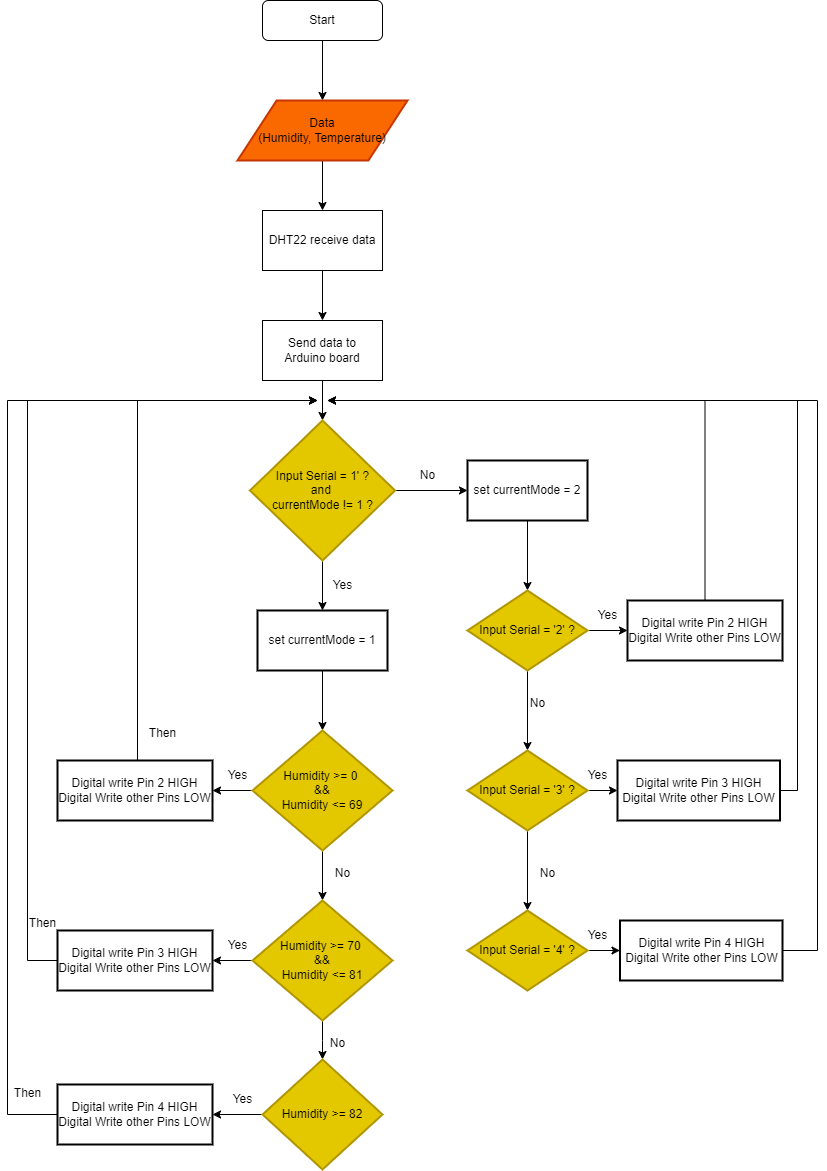
Earlier version of the draw.io export Individual Assignment (Practical)/Diagram/Flow_Chart_1.png (MinMinis/SWE30011---IoT-Programming). Source tidied: cells renumbered, new cells last; positions are measured from the earlier drawing's top-left corner, leaving out a move shared by most shapes. The source it was exported from:
```xml
<mxGraphModel>
  <root>
    <mxCell id="0" />
    <mxCell id="1" parent="0" />
    <mxCell id="2" style="edgeStyle=orthogonalEdgeStyle;rounded=0;jettySize=auto;html=1;entryX=0.5;entryY=0;entryDx=0;entryDy=0;" parent="1" edge="1" source="3" target="5">
      <mxGeometry relative="1" as="geometry" />
    </mxCell>
    <mxCell id="3" value="Start" style="rounded=1;whiteSpace=wrap;html=1;fontSize=12;glass=0;strokeWidth=1;shadow=0;" parent="1" vertex="1">
      <mxGeometry x="260" width="120" height="40" as="geometry" />
    </mxCell>
    <mxCell id="4" style="edgeStyle=orthogonalEdgeStyle;rounded=0;jettySize=auto;html=1;entryX=0.5;entryY=0;entryDx=0;entryDy=0;" parent="1" edge="1" source="5" target="7">
      <mxGeometry relative="1" as="geometry" />
    </mxCell>
    <mxCell id="5" value="Data &lt;br&gt;(Humidity, Temperature)" style="shape=parallelogram;html=1;strokeWidth=2;perimeter=parallelogramPerimeter;whiteSpace=wrap;rounded=1;arcSize=0;size=0.23;fillColor=#fa6800;fontColor=#000000;strokeColor=#C73500;" parent="1" vertex="1">
      <mxGeometry x="235" y="100" width="170" height="60" as="geometry" />
    </mxCell>
    <mxCell id="6" style="edgeStyle=orthogonalEdgeStyle;rounded=0;jettySize=auto;html=1;" parent="1" edge="1" source="7" target="9">
      <mxGeometry relative="1" as="geometry" />
    </mxCell>
    <mxCell id="7" value="DHT22 receive data" style="rounded=0;whiteSpace=wrap;html=1;" parent="1" vertex="1">
      <mxGeometry x="260" y="210" width="120" height="60" as="geometry" />
    </mxCell>
    <mxCell id="8" style="edgeStyle=orthogonalEdgeStyle;rounded=0;jettySize=auto;html=1;" parent="1" edge="1" source="9" target="12">
      <mxGeometry relative="1" as="geometry" />
    </mxCell>
    <mxCell id="9" value="Send data to &lt;br&gt;Arduino board" style="rounded=0;whiteSpace=wrap;html=1;" parent="1" vertex="1">
      <mxGeometry x="260" y="320" width="120" height="60" as="geometry" />
    </mxCell>
    <mxCell id="10" style="edgeStyle=orthogonalEdgeStyle;rounded=0;jettySize=auto;html=1;" parent="1" edge="1" source="12" target="14">
      <mxGeometry relative="1" as="geometry" />
    </mxCell>
    <mxCell id="11" style="edgeStyle=orthogonalEdgeStyle;rounded=0;jettySize=auto;html=1;" parent="1" edge="1" source="12" target="17">
      <mxGeometry relative="1" as="geometry" />
    </mxCell>
    <mxCell id="12" value="Input Serial = 1' ?&lt;br&gt;and&amp;nbsp;&lt;br&gt;currentMode != 1 ?" style="strokeWidth=2;html=1;shape=mxgraph.flowchart.decision;whiteSpace=wrap;fillColor=#e3c800;fontColor=#000000;strokeColor=#B09500;" parent="1" vertex="1">
      <mxGeometry x="247.5" y="420" width="145" height="140" as="geometry" />
    </mxCell>
    <mxCell id="13" style="edgeStyle=orthogonalEdgeStyle;rounded=0;jettySize=auto;html=1;" parent="1" edge="1" source="14" target="21">
      <mxGeometry relative="1" as="geometry" />
    </mxCell>
    <mxCell id="14" value="set currentMode = 1" style="whiteSpace=wrap;html=1;strokeWidth=2;" parent="1" vertex="1">
      <mxGeometry x="255" y="610" width="130" height="60" as="geometry" />
    </mxCell>
    <mxCell id="15" value="Yes" style="text;html=1;align=center;verticalAlign=middle;strokeColor=none;fillColor=none;" parent="1" vertex="1">
      <mxGeometry x="320" y="570" width="40" height="30" as="geometry" />
    </mxCell>
    <mxCell id="16" style="edgeStyle=orthogonalEdgeStyle;rounded=0;jettySize=auto;html=1;" parent="1" edge="1" source="17" target="42">
      <mxGeometry relative="1" as="geometry" />
    </mxCell>
    <mxCell id="17" value="set currentMode = 2" style="whiteSpace=wrap;html=1;strokeWidth=2;" parent="1" vertex="1">
      <mxGeometry x="465" y="460" width="120" height="60" as="geometry" />
    </mxCell>
    <mxCell id="18" value="No" style="text;html=1;align=center;verticalAlign=middle;strokeColor=none;fillColor=none;" parent="1" vertex="1">
      <mxGeometry x="405" y="460" width="40" height="30" as="geometry" />
    </mxCell>
    <mxCell id="19" style="edgeStyle=orthogonalEdgeStyle;rounded=0;jettySize=auto;html=1;" parent="1" edge="1" source="21" target="23">
      <mxGeometry relative="1" as="geometry" />
    </mxCell>
    <mxCell id="20" style="edgeStyle=orthogonalEdgeStyle;rounded=0;jettySize=auto;html=1;" parent="1" edge="1" source="21" target="27">
      <mxGeometry relative="1" as="geometry" />
    </mxCell>
    <mxCell id="21" value="Humidity &amp;gt;= 0&amp;nbsp;&lt;br&gt;&amp;amp;&amp;amp;&lt;br&gt;Humidity &amp;lt;= 69" style="strokeWidth=2;html=1;shape=mxgraph.flowchart.decision;whiteSpace=wrap;fillColor=#e3c800;fontColor=#000000;strokeColor=#B09500;" parent="1" vertex="1">
      <mxGeometry x="250" y="730" width="140" height="120" as="geometry" />
    </mxCell>
    <mxCell id="22" style="edgeStyle=orthogonalEdgeStyle;rounded=0;jettySize=auto;html=1;" parent="1" edge="1" source="23">
      <mxGeometry relative="1" as="geometry">
        <mxPoint x="315" y="400" as="targetPoint" />
        <Array as="points">
          <mxPoint x="135" y="400" />
        </Array>
      </mxGeometry>
    </mxCell>
    <mxCell id="23" value="Digital write Pin 2 HIGH&lt;br&gt;Digital Write other Pins LOW" style="whiteSpace=wrap;html=1;strokeWidth=2;" parent="1" vertex="1">
      <mxGeometry x="55" y="760" width="155" height="60" as="geometry" />
    </mxCell>
    <mxCell id="24" value="Yes" style="text;html=1;align=center;verticalAlign=middle;strokeColor=none;fillColor=none;" parent="1" vertex="1">
      <mxGeometry x="215" y="760" width="40" height="30" as="geometry" />
    </mxCell>
    <mxCell id="25" style="edgeStyle=orthogonalEdgeStyle;rounded=0;jettySize=auto;html=1;" parent="1" edge="1" source="27" target="30">
      <mxGeometry relative="1" as="geometry" />
    </mxCell>
    <mxCell id="26" style="edgeStyle=orthogonalEdgeStyle;rounded=0;jettySize=auto;html=1;" parent="1" edge="1" source="27" target="33">
      <mxGeometry relative="1" as="geometry" />
    </mxCell>
    <mxCell id="27" value="Humidity &amp;gt;= 70&amp;nbsp;&lt;br&gt;&amp;amp;&amp;amp;&lt;br&gt;Humidity &amp;lt;= 81" style="strokeWidth=2;html=1;shape=mxgraph.flowchart.decision;whiteSpace=wrap;fillColor=#e3c800;fontColor=#000000;strokeColor=#B09500;" parent="1" vertex="1">
      <mxGeometry x="250" y="900" width="140" height="120" as="geometry" />
    </mxCell>
    <mxCell id="28" value="No" style="text;html=1;align=center;verticalAlign=middle;strokeColor=none;fillColor=none;" parent="1" vertex="1">
      <mxGeometry x="320" y="858" width="40" height="30" as="geometry" />
    </mxCell>
    <mxCell id="29" style="edgeStyle=orthogonalEdgeStyle;rounded=0;jettySize=auto;html=1;" parent="1" edge="1" source="30">
      <mxGeometry relative="1" as="geometry">
        <mxPoint x="315" y="400" as="targetPoint" />
        <Array as="points">
          <mxPoint x="25" y="960" />
          <mxPoint x="25" y="400" />
        </Array>
      </mxGeometry>
    </mxCell>
    <mxCell id="30" value="Digital write Pin 3 HIGH&lt;br&gt;Digital Write other Pins LOW" style="whiteSpace=wrap;html=1;strokeWidth=2;" parent="1" vertex="1">
      <mxGeometry x="55" y="930" width="155" height="60" as="geometry" />
    </mxCell>
    <mxCell id="31" value="Yes" style="text;html=1;align=center;verticalAlign=middle;strokeColor=none;fillColor=none;" parent="1" vertex="1">
      <mxGeometry x="215" y="930" width="40" height="30" as="geometry" />
    </mxCell>
    <mxCell id="32" style="edgeStyle=orthogonalEdgeStyle;rounded=0;jettySize=auto;html=1;" parent="1" edge="1" source="33">
      <mxGeometry relative="1" as="geometry">
        <mxPoint x="210" y="1114" as="targetPoint" />
      </mxGeometry>
    </mxCell>
    <mxCell id="33" value="Humidity &amp;gt;= 82" style="strokeWidth=2;html=1;shape=mxgraph.flowchart.decision;whiteSpace=wrap;fillColor=#e3c800;fontColor=#000000;strokeColor=#B09500;" parent="1" vertex="1">
      <mxGeometry x="260" y="1059" width="120" height="110" as="geometry" />
    </mxCell>
    <mxCell id="34" value="No" style="text;html=1;align=center;verticalAlign=middle;strokeColor=none;fillColor=none;" parent="1" vertex="1">
      <mxGeometry x="315" y="1028" width="40" height="30" as="geometry" />
    </mxCell>
    <mxCell id="35" style="edgeStyle=orthogonalEdgeStyle;rounded=0;orthogonalLoop=1;jettySize=auto;html=1;" parent="1" edge="1">
      <mxGeometry relative="1" as="geometry">
        <mxPoint x="55" y="1114" as="sourcePoint" />
        <mxPoint x="315" y="400" as="targetPoint" />
        <Array as="points">
          <mxPoint x="5" y="1114" />
          <mxPoint x="5" y="400" />
        </Array>
      </mxGeometry>
    </mxCell>
    <mxCell id="36" value="Yes" style="text;html=1;align=center;verticalAlign=middle;strokeColor=none;fillColor=none;" parent="1" vertex="1">
      <mxGeometry x="220" y="1084" width="40" height="30" as="geometry" />
    </mxCell>
    <mxCell id="37" value="Then" style="text;html=1;align=center;verticalAlign=middle;strokeColor=none;fillColor=none;" parent="1" vertex="1">
      <mxGeometry y="1078" width="50" height="30" as="geometry" />
    </mxCell>
    <mxCell id="38" value="Then" style="text;html=1;align=center;verticalAlign=middle;strokeColor=none;fillColor=none;" parent="1" vertex="1">
      <mxGeometry x="15" y="908" width="50" height="30" as="geometry" />
    </mxCell>
    <mxCell id="39" value="Then" style="text;html=1;align=center;verticalAlign=middle;strokeColor=none;fillColor=none;" parent="1" vertex="1">
      <mxGeometry x="135" y="718" width="50" height="30" as="geometry" />
    </mxCell>
    <mxCell id="40" style="edgeStyle=orthogonalEdgeStyle;rounded=0;jettySize=auto;html=1;" parent="1" edge="1" source="42" target="45">
      <mxGeometry relative="1" as="geometry" />
    </mxCell>
    <mxCell id="41" style="edgeStyle=orthogonalEdgeStyle;rounded=0;jettySize=auto;html=1;" parent="1" edge="1" source="42" target="51">
      <mxGeometry relative="1" as="geometry" />
    </mxCell>
    <mxCell id="42" value="Input Serial = '2' ?" style="rhombus;whiteSpace=wrap;html=1;strokeWidth=2;fillColor=#e3c800;fontColor=#000000;strokeColor=#B09500;" parent="1" vertex="1">
      <mxGeometry x="465" y="590" width="120" height="80" as="geometry" />
    </mxCell>
    <mxCell id="43" style="edgeStyle=orthogonalEdgeStyle;rounded=0;jettySize=auto;html=1;" parent="1" edge="1" source="45" target="47">
      <mxGeometry relative="1" as="geometry" />
    </mxCell>
    <mxCell id="44" style="edgeStyle=orthogonalEdgeStyle;rounded=0;jettySize=auto;html=1;" parent="1" edge="1" source="45" target="54">
      <mxGeometry relative="1" as="geometry" />
    </mxCell>
    <mxCell id="45" value="Input Serial = '3' ?" style="rhombus;whiteSpace=wrap;html=1;strokeWidth=2;fillColor=#e3c800;fontColor=#000000;strokeColor=#B09500;" parent="1" vertex="1">
      <mxGeometry x="465" y="750" width="120" height="80" as="geometry" />
    </mxCell>
    <mxCell id="46" style="edgeStyle=orthogonalEdgeStyle;rounded=0;jettySize=auto;html=1;" parent="1" edge="1" source="47" target="57">
      <mxGeometry relative="1" as="geometry" />
    </mxCell>
    <mxCell id="47" value="Input Serial = '4' ?" style="rhombus;whiteSpace=wrap;html=1;strokeWidth=2;fillColor=#e3c800;fontColor=#000000;strokeColor=#B09500;" parent="1" vertex="1">
      <mxGeometry x="465" y="910" width="120" height="80" as="geometry" />
    </mxCell>
    <mxCell id="48" value="No" style="text;html=1;align=center;verticalAlign=middle;strokeColor=none;fillColor=none;" parent="1" vertex="1">
      <mxGeometry x="515" y="688" width="40" height="30" as="geometry" />
    </mxCell>
    <mxCell id="49" value="No" style="text;html=1;align=center;verticalAlign=middle;strokeColor=none;fillColor=none;" parent="1" vertex="1">
      <mxGeometry x="525" y="858" width="40" height="30" as="geometry" />
    </mxCell>
    <mxCell id="50" style="edgeStyle=orthogonalEdgeStyle;rounded=0;jettySize=auto;html=1;" parent="1" edge="1" source="51">
      <mxGeometry relative="1" as="geometry">
        <mxPoint x="325" y="400" as="targetPoint" />
        <Array as="points">
          <mxPoint x="703" y="400" />
        </Array>
      </mxGeometry>
    </mxCell>
    <mxCell id="51" value="Digital write Pin 2 HIGH&lt;br&gt;Digital Write other Pins LOW" style="whiteSpace=wrap;html=1;strokeWidth=2;" parent="1" vertex="1">
      <mxGeometry x="625" y="600" width="155" height="60" as="geometry" />
    </mxCell>
    <mxCell id="52" value="Yes" style="text;html=1;align=center;verticalAlign=middle;strokeColor=none;fillColor=none;" parent="1" vertex="1">
      <mxGeometry x="585" y="600" width="40" height="30" as="geometry" />
    </mxCell>
    <mxCell id="53" style="edgeStyle=orthogonalEdgeStyle;rounded=0;jettySize=auto;html=1;" parent="1" edge="1" source="54">
      <mxGeometry relative="1" as="geometry">
        <mxPoint x="325" y="400" as="targetPoint" />
        <Array as="points">
          <mxPoint x="795" y="790" />
          <mxPoint x="795" y="400" />
        </Array>
      </mxGeometry>
    </mxCell>
    <mxCell id="54" value="Digital write Pin 3 HIGH&lt;br&gt;Digital Write other Pins LOW" style="whiteSpace=wrap;html=1;strokeWidth=2;" parent="1" vertex="1">
      <mxGeometry x="615" y="760" width="162.5" height="60" as="geometry" />
    </mxCell>
    <mxCell id="55" value="Yes" style="text;html=1;align=center;verticalAlign=middle;strokeColor=none;fillColor=none;" parent="1" vertex="1">
      <mxGeometry x="575" y="760" width="40" height="30" as="geometry" />
    </mxCell>
    <mxCell id="56" style="edgeStyle=orthogonalEdgeStyle;rounded=0;jettySize=auto;html=1;" parent="1" edge="1" source="57">
      <mxGeometry relative="1" as="geometry">
        <mxPoint x="325" y="400" as="targetPoint" />
        <Array as="points">
          <mxPoint x="815" y="950" />
          <mxPoint x="815" y="400" />
        </Array>
      </mxGeometry>
    </mxCell>
    <mxCell id="57" value="Digital write Pin 4 HIGH&lt;br&gt;Digital Write other Pins LOW" style="whiteSpace=wrap;html=1;strokeWidth=2;" parent="1" vertex="1">
      <mxGeometry x="617.5" y="920" width="162.5" height="60" as="geometry" />
    </mxCell>
    <mxCell id="58" value="Yes" style="text;html=1;align=center;verticalAlign=middle;strokeColor=none;fillColor=none;" parent="1" vertex="1">
      <mxGeometry x="575" y="920" width="40" height="30" as="geometry" />
    </mxCell>
    <mxCell id="59" value="Digital write Pin 4 HIGH&lt;br&gt;Digital Write other Pins LOW" style="whiteSpace=wrap;html=1;strokeWidth=2;" parent="1" vertex="1">
      <mxGeometry x="55" y="1084" width="155" height="60" as="geometry" />
    </mxCell>
  </root>
</mxGraphModel>
```
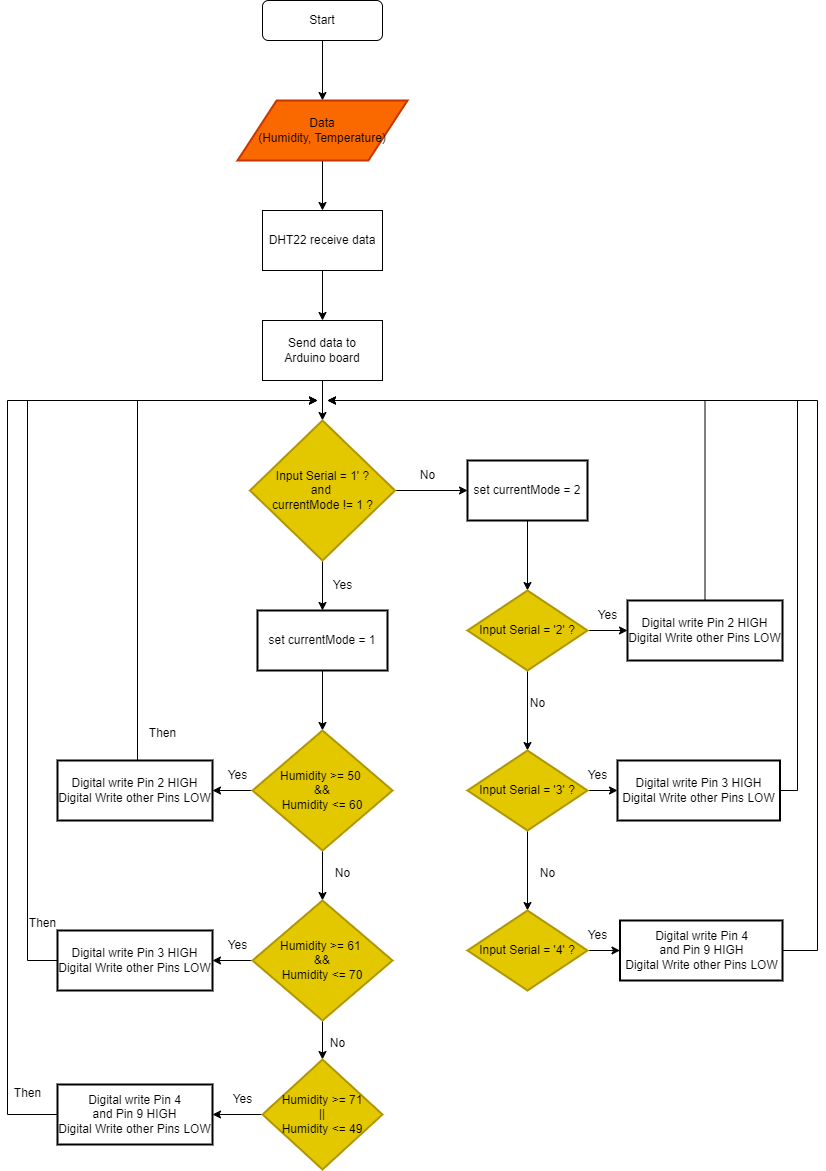
The same diagram one commit later.

Diff of the diagram source:
```diff
@@ -59,7 +59,7 @@
     <mxCell id="20" style="edgeStyle=orthogonalEdgeStyle;rounded=0;jettySize=auto;html=1;" parent="1" edge="1" source="21" target="27">
       <mxGeometry relative="1" as="geometry" />
     </mxCell>
-    <mxCell id="21" value="Humidity &amp;gt;= 0&amp;nbsp;&lt;br&gt;&amp;amp;&amp;amp;&lt;br&gt;Humidity &amp;lt;= 69" style="strokeWidth=2;html=1;shape=mxgraph.flowchart.decision;whiteSpace=wrap;fillColor=#e3c800;fontColor=#000000;strokeColor=#B09500;" parent="1" vertex="1">
+    <mxCell id="21" value="Humidity &amp;gt;= 50&amp;nbsp;&lt;br&gt;&amp;amp;&amp;amp;&lt;br&gt;Humidity &amp;lt;= 60" style="strokeWidth=2;html=1;shape=mxgraph.flowchart.decision;whiteSpace=wrap;fillColor=#e3c800;fontColor=#000000;strokeColor=#B09500;" parent="1" vertex="1">
       <mxGeometry x="250" y="730" width="140" height="120" as="geometry" />
     </mxCell>
     <mxCell id="22" style="edgeStyle=orthogonalEdgeStyle;rounded=0;jettySize=auto;html=1;" parent="1" edge="1" source="23">
@@ -82,7 +82,7 @@
     <mxCell id="26" style="edgeStyle=orthogonalEdgeStyle;rounded=0;jettySize=auto;html=1;" parent="1" edge="1" source="27" target="33">
       <mxGeometry relative="1" as="geometry" />
     </mxCell>
-    <mxCell id="27" value="Humidity &amp;gt;= 70&amp;nbsp;&lt;br&gt;&amp;amp;&amp;amp;&lt;br&gt;Humidity &amp;lt;= 81" style="strokeWidth=2;html=1;shape=mxgraph.flowchart.decision;whiteSpace=wrap;fillColor=#e3c800;fontColor=#000000;strokeColor=#B09500;" parent="1" vertex="1">
+    <mxCell id="27" value="Humidity &amp;gt;= 61&amp;nbsp;&lt;br&gt;&amp;amp;&amp;amp;&lt;br&gt;Humidity &amp;lt;= 70" style="strokeWidth=2;html=1;shape=mxgraph.flowchart.decision;whiteSpace=wrap;fillColor=#e3c800;fontColor=#000000;strokeColor=#B09500;" parent="1" vertex="1">
       <mxGeometry x="250" y="900" width="140" height="120" as="geometry" />
     </mxCell>
     <mxCell id="28" value="No" style="text;html=1;align=center;verticalAlign=middle;strokeColor=none;fillColor=none;" parent="1" vertex="1">
@@ -108,7 +108,7 @@
         <mxPoint x="210" y="1114" as="targetPoint" />
       </mxGeometry>
     </mxCell>
-    <mxCell id="33" value="Humidity &amp;gt;= 82" style="strokeWidth=2;html=1;shape=mxgraph.flowchart.decision;whiteSpace=wrap;fillColor=#e3c800;fontColor=#000000;strokeColor=#B09500;" parent="1" vertex="1">
+    <mxCell id="33" value="Humidity &amp;gt;= 71&lt;br&gt;||&lt;br&gt;Humidity &amp;lt;= 49" style="strokeWidth=2;html=1;shape=mxgraph.flowchart.decision;whiteSpace=wrap;fillColor=#e3c800;fontColor=#000000;strokeColor=#B09500;" parent="1" vertex="1">
       <mxGeometry x="260" y="1059" width="120" height="110" as="geometry" />
     </mxCell>
     <mxCell id="34" value="No" style="text;html=1;align=center;verticalAlign=middle;strokeColor=none;fillColor=none;" parent="1" vertex="1">
@@ -204,13 +204,13 @@
         </Array>
       </mxGeometry>
     </mxCell>
-    <mxCell id="57" value="Digital write Pin 4 HIGH&lt;br&gt;Digital Write other Pins LOW" style="whiteSpace=wrap;html=1;strokeWidth=2;" parent="1" vertex="1">
+    <mxCell id="57" value="Digital write Pin 4 &lt;br&gt;and Pin 9 HIGH&lt;br&gt;Digital Write other Pins LOW" style="whiteSpace=wrap;html=1;strokeWidth=2;" parent="1" vertex="1">
       <mxGeometry x="617.5" y="920" width="162.5" height="60" as="geometry" />
     </mxCell>
     <mxCell id="58" value="Yes" style="text;html=1;align=center;verticalAlign=middle;strokeColor=none;fillColor=none;" parent="1" vertex="1">
       <mxGeometry x="575" y="920" width="40" height="30" as="geometry" />
     </mxCell>
-    <mxCell id="59" value="Digital write Pin 4 HIGH&lt;br&gt;Digital Write other Pins LOW" style="whiteSpace=wrap;html=1;strokeWidth=2;" parent="1" vertex="1">
+    <mxCell id="59" value="Digital write Pin 4 &lt;br&gt;and Pin 9 HIGH&lt;br&gt;Digital Write other Pins LOW" style="whiteSpace=wrap;html=1;strokeWidth=2;" parent="1" vertex="1">
       <mxGeometry x="55" y="1084" width="155" height="60" as="geometry" />
     </mxCell>
   </root>
```
